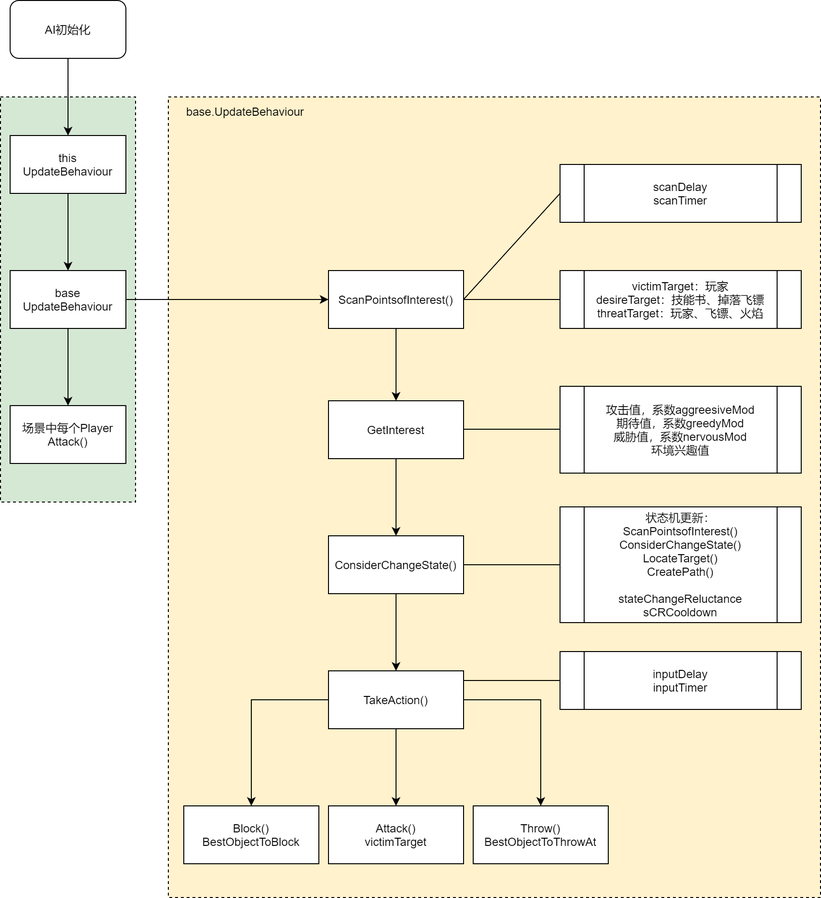
The draw.io diagram [Work]/BoomrangAI/AI-FlowChart.png in JakeYu1212/Notes, before a commit. Source tidied: cells renumbered, new cells last; positions are measured from the earlier drawing's top-left corner, leaving out a move shared by most shapes.
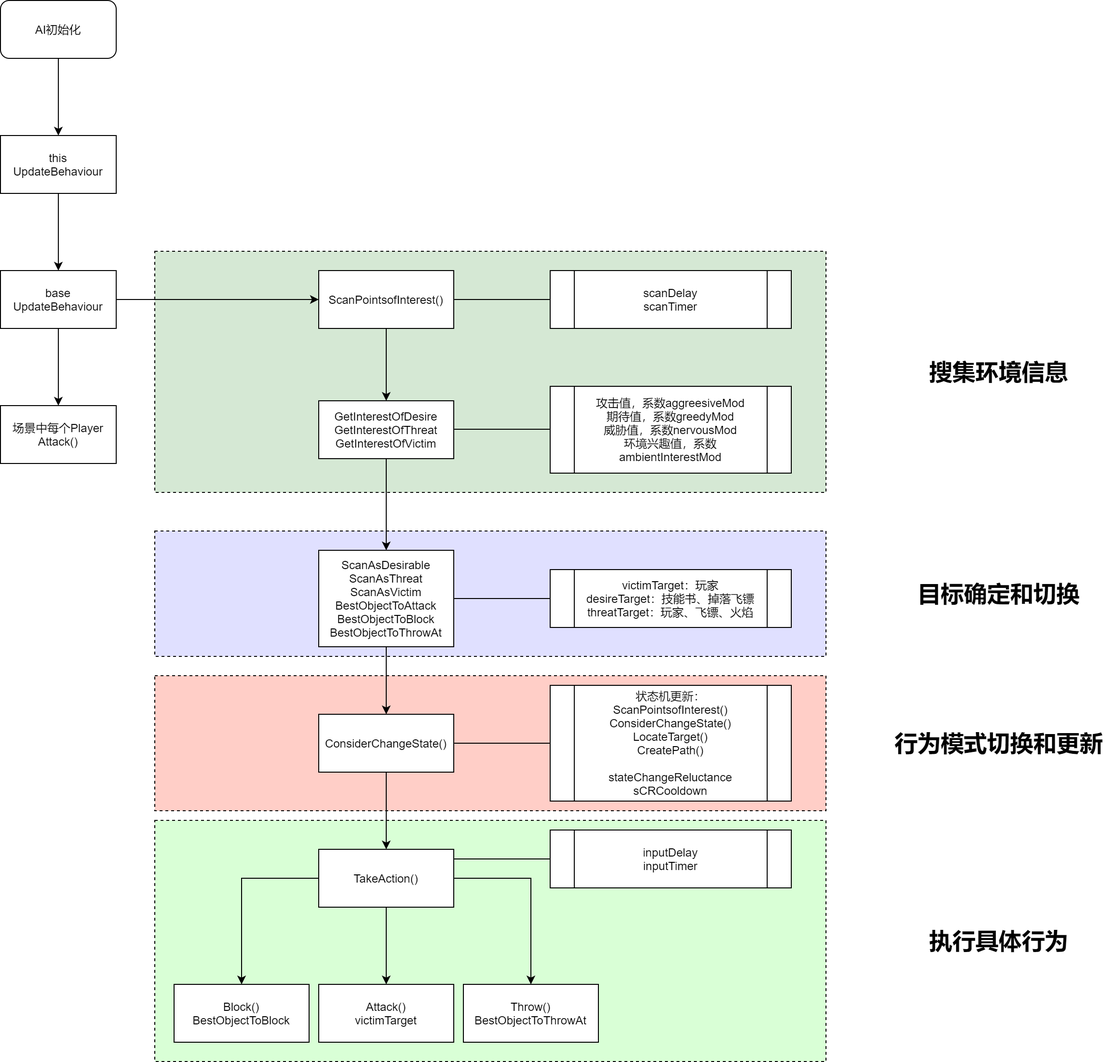
Above is the later version.

What changed in the source:
```diff
@@ -2,12 +2,18 @@
   <root>
     <mxCell id="0" />
     <mxCell id="1" parent="0" />
+    <mxCell id="36" style="rounded=0;whiteSpace=wrap;html=1;dashed=1;fillColor=#D9FFD6;" parent="1" vertex="1">
+      <mxGeometry x="170" y="850" width="696" height="250" as="geometry" />
+    </mxCell>
+    <mxCell id="37" style="rounded=0;whiteSpace=wrap;html=1;dashed=1;fillColor=#FFCEC7;" parent="1" vertex="1">
+      <mxGeometry x="170" y="700" width="696" height="140" as="geometry" />
+    </mxCell>
+    <mxCell id="38" style="rounded=0;whiteSpace=wrap;html=1;dashed=1;fillColor=#E0E0FF;" parent="1" vertex="1">
+      <mxGeometry x="170" y="550" width="696" height="130" as="geometry" />
+    </mxCell>
-    <mxCell id="2" style="rounded=0;whiteSpace=wrap;html=1;dashed=1;fillColor=#FFF2CC;" parent="1" vertex="1">
-      <mxGeometry x="174" y="100" width="676" height="830" as="geometry" />
+    <mxCell id="2" style="rounded=0;whiteSpace=wrap;html=1;dashed=1;fillColor=#D5E8D4;" parent="1" vertex="1">
+      <mxGeometry x="170" y="260" width="696" height="250" as="geometry" />
     </mxCell>
-    <mxCell id="3" style="rounded=0;whiteSpace=wrap;html=1;dashed=1;fillColor=#D5E8D4;" parent="1" vertex="1">
-      <mxGeometry y="100" width="140" height="420" as="geometry" />
-    </mxCell>
     <mxCell id="4" style="edgeStyle=orthogonalEdgeStyle;rounded=0;jettySize=auto;html=1;" parent="1" edge="1" source="5" target="7">
       <mxGeometry relative="1" as="geometry" />
     </mxCell>
@@ -32,7 +38,7 @@
     <mxCell id="11" value="场景中每个Player&lt;br&gt;Attack()" style="whiteSpace=wrap;html=1;rounded=0;" parent="1" vertex="1">
       <mxGeometry x="10" y="420" width="120" height="60" as="geometry" />
     </mxCell>
-    <mxCell id="12" style="edgeStyle=orthogonalEdgeStyle;rounded=0;jettySize=auto;html=1;endArrow=none;endFill=0;" parent="1" edge="1" source="14" target="23">
+    <mxCell id="12" style="edgeStyle=orthogonalEdgeStyle;rounded=0;jettySize=auto;html=1;endArrow=none;endFill=0;" parent="1" edge="1" source="41" target="23">
       <mxGeometry relative="1" as="geometry" />
     </mxCell>
     <mxCell id="13" style="edgeStyle=orthogonalEdgeStyle;rounded=0;jettySize=auto;html=1;" parent="1" edge="1" source="14" target="33">
@@ -48,7 +54,7 @@
       <mxGeometry relative="1" as="geometry" />
     </mxCell>
     <mxCell id="17" value="ConsiderChangeState()" style="whiteSpace=wrap;html=1;rounded=0;" parent="1" vertex="1">
-      <mxGeometry x="340" y="555" width="140" height="60" as="geometry" />
+      <mxGeometry x="340" y="740" width="140" height="60" as="geometry" />
     </mxCell>
     <mxCell id="18" style="edgeStyle=orthogonalEdgeStyle;rounded=0;jettySize=auto;html=1;endArrow=classic;endFill=1;" parent="1" edge="1" source="21" target="26">
       <mxGeometry relative="1" as="geometry" />
@@ -60,47 +66,44 @@
       <mxGeometry relative="1" as="geometry" />
     </mxCell>
     <mxCell id="21" value="TakeAction()" style="whiteSpace=wrap;html=1;rounded=0;" parent="1" vertex="1">
-      <mxGeometry x="340" y="695" width="140" height="60" as="geometry" />
+      <mxGeometry x="340" y="880" width="140" height="60" as="geometry" />
     </mxCell>
     <mxCell id="22" value="&lt;span&gt;状态机更新：&lt;/span&gt;&lt;br&gt;&lt;span&gt;ScanPointsofInterest()&lt;/span&gt;&lt;br&gt;&lt;span&gt;ConsiderChangeState()&lt;/span&gt;&lt;br&gt;&lt;span&gt;LocateTarget()&lt;/span&gt;&lt;br&gt;&lt;span&gt;CreatePath()&lt;br&gt;&lt;br&gt;stateChangeReluctance&lt;br&gt;sCRCooldown&lt;br&gt;&lt;/span&gt;" style="shape=process;whiteSpace=wrap;html=1;backgroundOutline=1;rounded=0;" parent="1" vertex="1">
-      <mxGeometry x="580" y="525" width="250" height="120" as="geometry" />
+      <mxGeometry x="580" y="710" width="250" height="120" as="geometry" />
     </mxCell>
     <mxCell id="23" value="victimTarget：玩家&lt;br&gt;desireTarget：技能书、掉落飞镖&lt;br&gt;threatTarget：玩家、飞镖、火焰" style="shape=process;whiteSpace=wrap;html=1;backgroundOutline=1;rounded=0;" parent="1" vertex="1">
-      <mxGeometry x="580" y="280" width="250" height="60" as="geometry" />
+      <mxGeometry x="580" y="590" width="250" height="60" as="geometry" />
     </mxCell>
     <mxCell id="24" style="endArrow=none;html=1;entryX=0;entryY=0.5;entryDx=0;entryDy=0;exitX=1;exitY=0.5;exitDx=0;exitDy=0;" parent="1" edge="1" source="14" target="25">
       <mxGeometry relative="1" as="geometry" />
     </mxCell>
     <mxCell id="25" value="scanDelay&lt;br&gt;scanTimer" style="shape=process;whiteSpace=wrap;html=1;backgroundOutline=1;rounded=0;" parent="1" vertex="1">
-      <mxGeometry x="580" y="170" width="250" height="60" as="geometry" />
+      <mxGeometry x="580" y="280" width="250" height="60" as="geometry" />
     </mxCell>
     <mxCell id="26" value="Block()&lt;br&gt;BestObjectToBlock" style="whiteSpace=wrap;html=1;rounded=0;" parent="1" vertex="1">
-      <mxGeometry x="190" y="835" width="140" height="60" as="geometry" />
+      <mxGeometry x="190" y="1020" width="140" height="60" as="geometry" />
     </mxCell>
     <mxCell id="27" value="Throw()&lt;br&gt;BestObjectToThrowAt" style="whiteSpace=wrap;html=1;rounded=0;" parent="1" vertex="1">
-      <mxGeometry x="490" y="835" width="140" height="60" as="geometry" />
+      <mxGeometry x="490" y="1020" width="140" height="60" as="geometry" />
     </mxCell>
     <mxCell id="28" value="Attack()&lt;br&gt;victimTarget" style="whiteSpace=wrap;html=1;rounded=0;" parent="1" vertex="1">
-      <mxGeometry x="340" y="835" width="140" height="60" as="geometry" />
+      <mxGeometry x="340" y="1020" width="140" height="60" as="geometry" />
     </mxCell>
     <mxCell id="29" style="edgeStyle=orthogonalEdgeStyle;rounded=0;jettySize=auto;html=1;endArrow=none;endFill=0;" parent="1" edge="1" target="30">
       <mxGeometry relative="1" as="geometry">
-        <mxPoint x="480" y="705" as="sourcePoint" />
+        <mxPoint x="480" y="890" as="sourcePoint" />
       </mxGeometry>
     </mxCell>
     <mxCell id="30" value="inputDelay&lt;br&gt;inputTimer" style="shape=process;whiteSpace=wrap;html=1;backgroundOutline=1;rounded=0;" parent="1" vertex="1">
-      <mxGeometry x="580" y="675" width="250" height="60" as="geometry" />
+      <mxGeometry x="580" y="860" width="250" height="60" as="geometry" />
     </mxCell>
-    <mxCell id="31" value="base.UpdateBehaviour" style="rounded=0;whiteSpace=wrap;html=1;gradientColor=none;fillColor=none;strokeColor=none;" parent="1" vertex="1">
-      <mxGeometry x="174" y="100" width="160" height="30" as="geometry" />
-    </mxCell>
-    <mxCell id="32" style="edgeStyle=orthogonalEdgeStyle;rounded=0;jettySize=auto;html=1;" parent="1" edge="1" source="33" target="17">
-      <mxGeometry relative="1" as="geometry" />
-    </mxCell>
+    <mxCell id="39" style="edgeStyle=orthogonalEdgeStyle;rounded=0;jettySize=auto;html=1;" parent="1" edge="1" source="33" target="41">
+      <mxGeometry relative="1" as="geometry" />
+    </mxCell>
-    <mxCell id="33" value="GetInterest" style="whiteSpace=wrap;html=1;rounded=0;" parent="1" vertex="1">
+    <mxCell id="33" value="GetInterestOfDesire&lt;br&gt;GetInterestOfThreat&lt;br&gt;GetInterestOfVictim" style="whiteSpace=wrap;html=1;rounded=0;" parent="1" vertex="1">
       <mxGeometry x="340" y="415" width="140" height="60" as="geometry" />
     </mxCell>
-    <mxCell id="34" value="攻击值，系数aggreesiveMod&lt;br&gt;期待值，系数greedyMod&lt;br&gt;威胁值，系数nervousMod&lt;br&gt;环境兴趣值" style="shape=process;whiteSpace=wrap;html=1;backgroundOutline=1;rounded=0;" parent="1" vertex="1">
+    <mxCell id="34" value="攻击值，系数aggreesiveMod&lt;br&gt;期待值，系数greedyMod&lt;br&gt;威胁值，系数nervousMod&lt;br&gt;环境兴趣值，系数ambientInterestMod" style="shape=process;whiteSpace=wrap;html=1;backgroundOutline=1;rounded=0;" parent="1" vertex="1">
       <mxGeometry x="580" y="400" width="250" height="90" as="geometry" />
     </mxCell>
     <mxCell id="35" style="edgeStyle=orthogonalEdgeStyle;rounded=0;orthogonalLoop=1;jettySize=auto;html=1;endArrow=none;endFill=0;" parent="1" edge="1">
@@ -109,5 +112,23 @@
         <mxPoint x="580" y="444.5" as="targetPoint" />
       </mxGeometry>
     </mxCell>
+    <mxCell id="40" style="edgeStyle=orthogonalEdgeStyle;rounded=0;jettySize=auto;html=1;" parent="1" edge="1" source="41" target="17">
+      <mxGeometry relative="1" as="geometry" />
+    </mxCell>
+    <mxCell id="41" value="&lt;span&gt;ScanAsDesirable&lt;br&gt;&lt;/span&gt;&lt;span&gt;ScanAsThreat&lt;br&gt;&lt;/span&gt;&lt;span&gt;ScanAsVictim&lt;br&gt;&lt;/span&gt;&lt;span&gt;BestObjectToAttack&lt;br&gt;BestObjectToBlock&lt;br&gt;BestObjectToThrowAt&lt;br&gt;&lt;/span&gt;" style="whiteSpace=wrap;html=1;rounded=0;" parent="1" vertex="1">
+      <mxGeometry x="340" y="570" width="140" height="100" as="geometry" />
+    </mxCell>
+    <mxCell id="42" value="搜集环境信息" style="text;strokeColor=none;fillColor=none;html=1;fontSize=24;fontStyle=1;verticalAlign=middle;align=center;" parent="1" vertex="1">
+      <mxGeometry x="930" y="365" width="230" height="40" as="geometry" />
+    </mxCell>
+    <mxCell id="43" value="目标确定和切换" style="text;strokeColor=none;fillColor=none;html=1;fontSize=24;fontStyle=1;verticalAlign=middle;align=center;" parent="1" vertex="1">
+      <mxGeometry x="930" y="595" width="230" height="40" as="geometry" />
+    </mxCell>
+    <mxCell id="44" value="行为模式切换和更新" style="text;strokeColor=none;fillColor=none;html=1;fontSize=24;fontStyle=1;verticalAlign=middle;align=center;" parent="1" vertex="1">
+      <mxGeometry x="930" y="750" width="230" height="40" as="geometry" />
+    </mxCell>
+    <mxCell id="45" value="执行具体行为" style="text;strokeColor=none;fillColor=none;html=1;fontSize=24;fontStyle=1;verticalAlign=middle;align=center;" parent="1" vertex="1">
+      <mxGeometry x="930" y="955" width="230" height="40" as="geometry" />
+    </mxCell>
   </root>
 </mxGraphModel>
```
